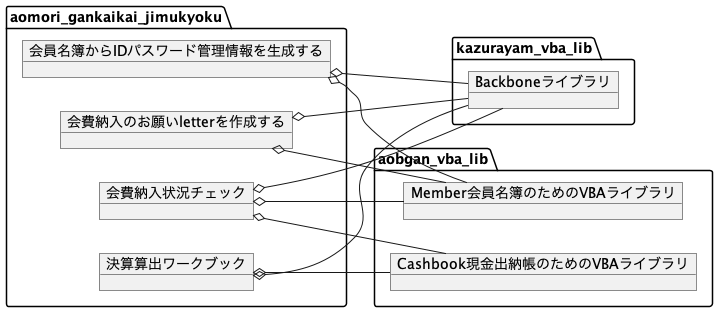
Earlier version of the PlantUML export docs/diagrams/out/ExcelFiles/事務局Excelブック関連図.png (kazurayam/VBACallGraph). Its diagram source:
```plantuml
@startuml 青眼事務局Excelブック関連図
left to right direction

package kazurayam_vba_lib {
    object Backboneライブラリ
}

package aomori_gankaikai_jimukyoku {
    object 決算算出ワークブック
    object 会費納入状況チェック
    object 会費納入のお願いletterを作成する
    object 会員名簿からIDパスワード管理情報を生成する
}

package aobgan_vba_lib {
    object Member会員名簿のためのVBAライブラリ
    object Cashbook現金出納帳のためのVBAライブラリ
}

決算算出ワークブック o-- Backboneライブラリ
会費納入状況チェック o-- Backboneライブラリ
会費納入のお願いletterを作成する o-- Backboneライブラリ
会員名簿からIDパスワード管理情報を生成する o-- Backboneライブラリ
決算算出ワークブック o-- Cashbook現金出納帳のためのVBAライブラリ
会費納入状況チェック o-- Cashbook現金出納帳のためのVBAライブラリ
会費納入状況チェック o-- Member会員名簿のためのVBAライブラリ
会費納入のお願いletterを作成する o-- Member会員名簿のためのVBAライブラリ
会員名簿からIDパスワード管理情報を生成する o-- Member会員名簿のためのVBAライブラリ
@enduml
```
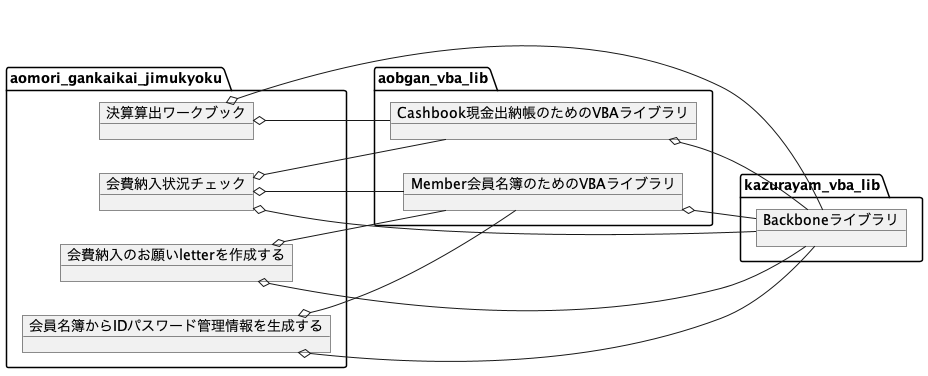
Later version of the same file.

What changed in the source:
```diff
@@ -1,4 +1,4 @@
-@startuml 青眼事務局Excelブック関連図
+@startuml 事務局Excelブック関連図
 left to right direction
 
 package kazurayam_vba_lib {
@@ -26,4 +26,6 @@
 会費納入状況チェック o-- Member会員名簿のためのVBAライブラリ
 会費納入のお願いletterを作成する o-- Member会員名簿のためのVBAライブラリ
 会員名簿からIDパスワード管理情報を生成する o-- Member会員名簿のためのVBAライブラリ
+Member会員名簿のためのVBAライブラリ o-- Backboneライブラリ
+Cashbook現金出納帳のためのVBAライブラリ o-- Backboneライブラリ
 @enduml
```
